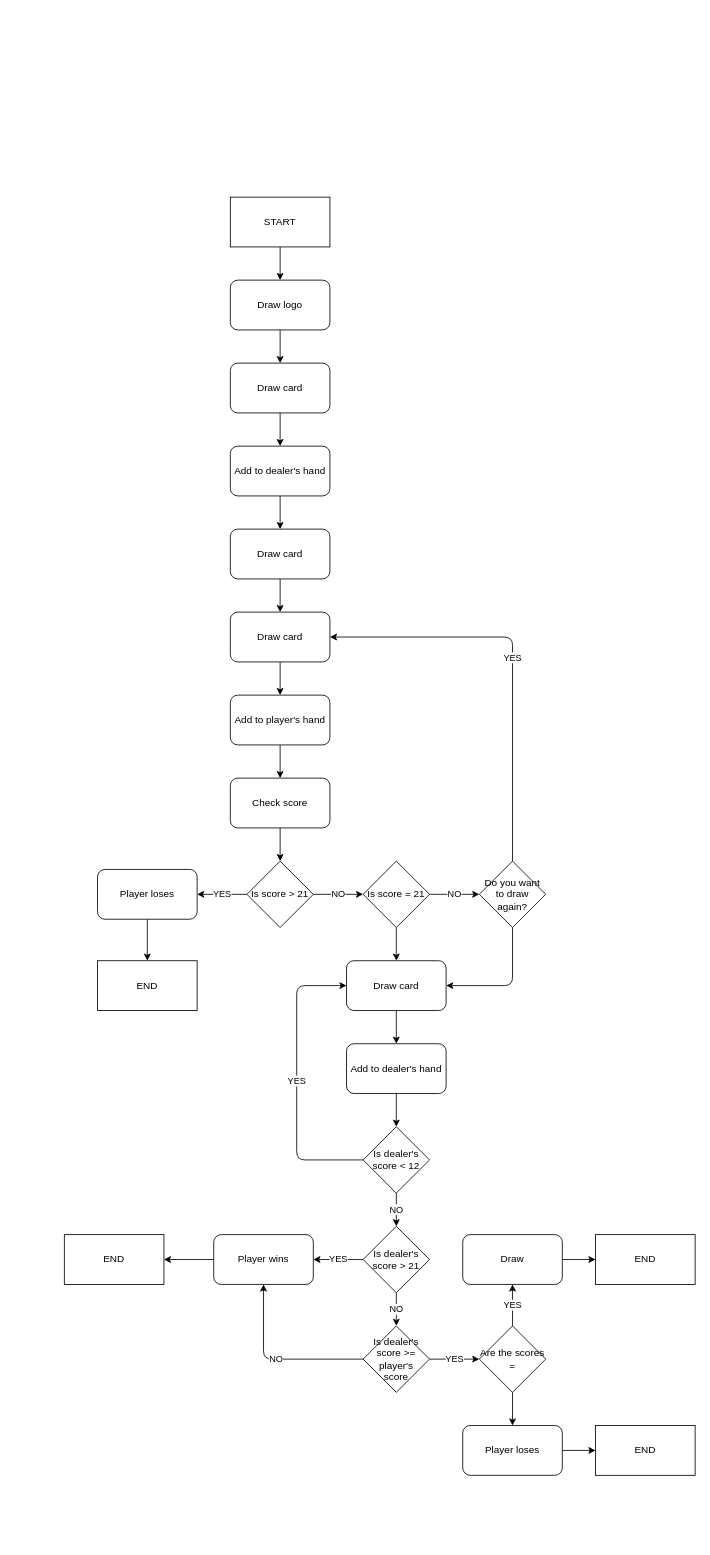
This is Beginner/Day_011_Blackjack_flowchart.drawio from Cryo98/CRS006_UdemyPythonBootcamp2023, a draw.io file, before an edit. Source tidied: cells renumbered, new cells numbered last; positions are measured from the earlier drawing's top-left corner, leaving out a move shared by most shapes. Both pictures are drawn from the tidied source at 83%, with x=0, y=0 at pixel (64, 197).
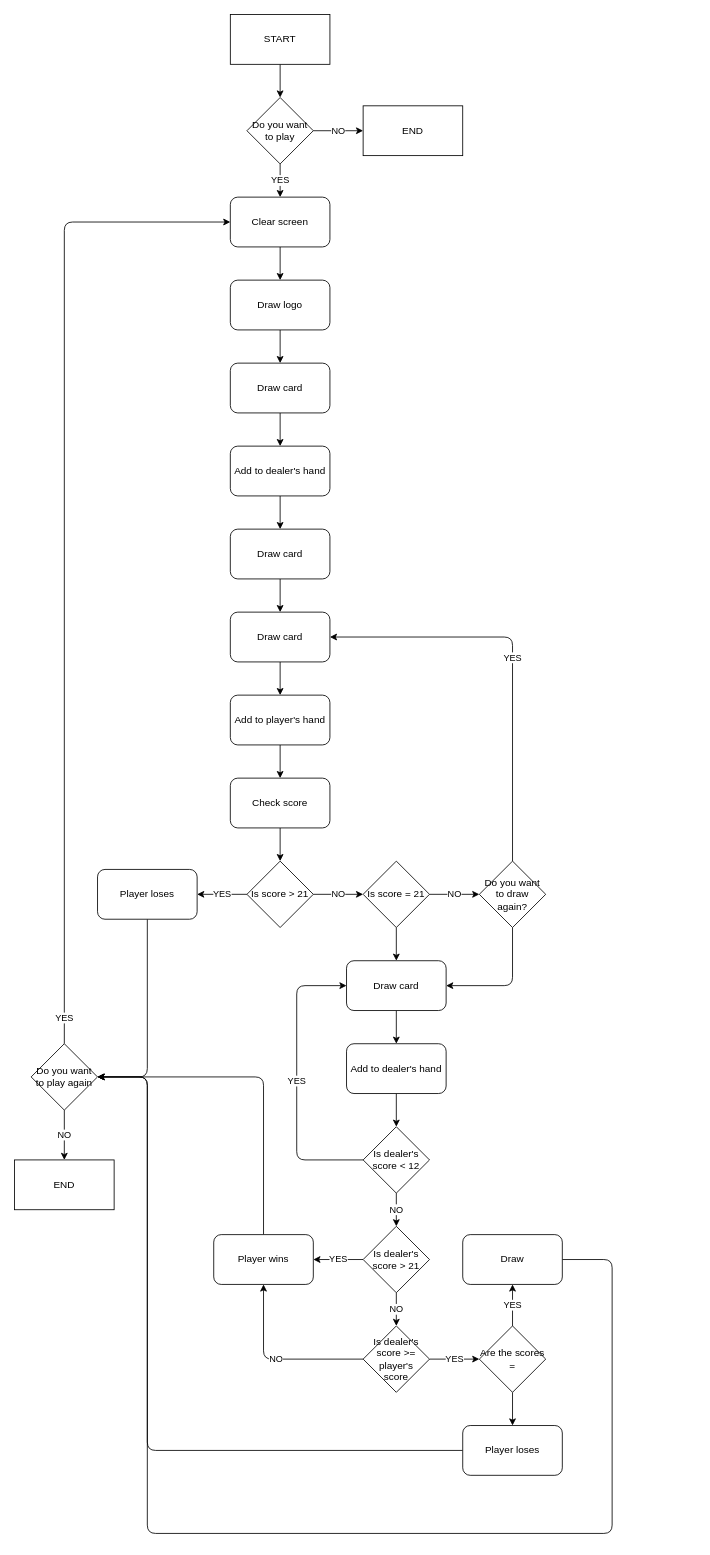
The same page after the edit.

Commit message:
Updated flowchart with outer loop

Unchanged cells that the change refers to:
```xml
<mxCell id="5" value="Draw logo" style="rounded=1;whiteSpace=wrap;html=1;" parent="1" vertex="1">
  <mxGeometry x="200" y="100" width="120" height="60" as="geometry" />
</mxCell>
<mxCell id="28" value="Player loses" style="rounded=1;whiteSpace=wrap;html=1;" parent="1" vertex="1">
  <mxGeometry x="40" y="810" width="120" height="60" as="geometry" />
</mxCell>
<mxCell id="40" value="Player wins" style="rounded=1;whiteSpace=wrap;html=1;" parent="1" vertex="1">
  <mxGeometry x="180" y="1250" width="120" height="60" as="geometry" />
</mxCell>
<mxCell id="48" value="Draw" style="rounded=1;whiteSpace=wrap;html=1;" parent="1" vertex="1">
  <mxGeometry x="480" y="1250" width="120" height="60" as="geometry" />
</mxCell>
<mxCell id="50" value="Player loses" style="rounded=1;whiteSpace=wrap;html=1;" parent="1" vertex="1">
  <mxGeometry x="480" y="1480" width="120" height="60" as="geometry" />
</mxCell>
```

Change to the diagram source:
```diff
@@
-    <mxCell id="2" style="edgeStyle=none;html=1;" parent="1" edge="1" source="3" target="5">
-      <mxGeometry relative="1" as="geometry" />
-    </mxCell>
+    <mxCell id="55" style="edgeStyle=none;html=1;" parent="1" edge="1" source="3" target="62">
+      <mxGeometry relative="1" as="geometry" />
+    </mxCell>
     <mxCell id="3" value="START" style="rounded=0;whiteSpace=wrap;html=1;" parent="1" vertex="1">
-      <mxGeometry x="200" width="120" height="60" as="geometry" />
+      <mxGeometry x="200" y="-220" width="120" height="60" as="geometry" />
     </mxCell>
@@
-    <mxCell id="27" style="edgeStyle=none;html=1;" parent="1" edge="1" source="28" target="54">
-      <mxGeometry relative="1" as="geometry" />
+    <mxCell id="27" style="edgeStyle=none;html=1;entryX=1;entryY=0.5;entryDx=0;entryDy=0;" parent="1" edge="1" source="28" target="59">
+      <mxGeometry relative="1" as="geometry">
+        <Array as="points">
+          <mxPoint x="100" y="1060" />
+        </Array>
+      </mxGeometry>
     </mxCell>
@@
-    <mxCell id="39" style="edgeStyle=none;html=1;" parent="1" edge="1" source="40" target="53">
-      <mxGeometry relative="1" as="geometry" />
+    <mxCell id="39" style="edgeStyle=none;html=1;entryX=1;entryY=0.5;entryDx=0;entryDy=0;" parent="1" edge="1" source="40" target="59">
+      <mxGeometry relative="1" as="geometry">
+        <Array as="points">
+          <mxPoint x="240" y="1060" />
+        </Array>
+      </mxGeometry>
     </mxCell>
@@
-    <mxCell id="47" style="edgeStyle=none;html=1;" parent="1" edge="1" source="48" target="51">
-      <mxGeometry relative="1" as="geometry" />
+    <mxCell id="47" style="edgeStyle=none;html=1;entryX=1;entryY=0.5;entryDx=0;entryDy=0;" parent="1" edge="1" source="48" target="59">
+      <mxGeometry relative="1" as="geometry">
+        <Array as="points">
+          <mxPoint x="660" y="1280" />
+          <mxPoint x="660" y="1610" />
+          <mxPoint x="100" y="1610" />
+          <mxPoint x="100" y="1060" />
+        </Array>
+      </mxGeometry>
     </mxCell>
@@
-    <mxCell id="49" style="edgeStyle=none;html=1;" parent="1" edge="1" source="50" target="52">
-      <mxGeometry relative="1" as="geometry" />
-    </mxCell>
+    <mxCell id="56" style="edgeStyle=none;html=1;entryX=1;entryY=0.5;entryDx=0;entryDy=0;" parent="1" edge="1" source="50" target="59">
+      <mxGeometry relative="1" as="geometry">
+        <Array as="points">
+          <mxPoint x="100" y="1510" />
+          <mxPoint x="100" y="1060" />
+        </Array>
+      </mxGeometry>
+    </mxCell>
@@
-    <mxCell id="51" value="END" style="rounded=0;whiteSpace=wrap;html=1;" parent="1" vertex="1">
-      <mxGeometry x="640" y="1250" width="120" height="60" as="geometry" />
-    </mxCell>
-    <mxCell id="52" value="END" style="rounded=0;whiteSpace=wrap;html=1;" parent="1" vertex="1">
-      <mxGeometry x="640" y="1480" width="120" height="60" as="geometry" />
-    </mxCell>
-    <mxCell id="53" value="END" style="rounded=0;whiteSpace=wrap;html=1;" parent="1" vertex="1">
-      <mxGeometry y="1250" width="120" height="60" as="geometry" />
-    </mxCell>
-    <mxCell id="54" value="END" style="rounded=0;whiteSpace=wrap;html=1;" parent="1" vertex="1">
-      <mxGeometry x="40" y="920" width="120" height="60" as="geometry" />
-    </mxCell>
+    <mxCell id="57" value="YES" style="edgeStyle=none;html=1;entryX=0;entryY=0.5;entryDx=0;entryDy=0;" parent="1" edge="1" source="59" target="64">
+      <mxGeometry x="-0.95" relative="1" as="geometry">
+        <Array as="points">
+          <mxPoint y="30" />
+        </Array>
+        <mxPoint y="-1" as="offset" />
+      </mxGeometry>
+    </mxCell>
+    <mxCell id="58" value="NO" style="edgeStyle=none;html=1;" parent="1" edge="1" source="59" target="66">
+      <mxGeometry relative="1" as="geometry" />
+    </mxCell>
+    <mxCell id="59" value="Do you want to play again" style="rhombus;whiteSpace=wrap;html=1;" parent="1" vertex="1">
+      <mxGeometry x="-40" y="1020" width="80" height="80" as="geometry" />
+    </mxCell>
+    <mxCell id="60" value="YES" style="edgeStyle=none;html=1;" parent="1" edge="1" source="62" target="64">
+      <mxGeometry relative="1" as="geometry" />
+    </mxCell>
+    <mxCell id="61" value="NO" style="edgeStyle=none;html=1;" parent="1" edge="1" source="62" target="65">
+      <mxGeometry relative="1" as="geometry" />
+    </mxCell>
+    <mxCell id="62" value="Do you want to play" style="rhombus;whiteSpace=wrap;html=1;" parent="1" vertex="1">
+      <mxGeometry x="220" y="-120" width="80" height="80" as="geometry" />
+    </mxCell>
+    <mxCell id="63" style="edgeStyle=none;html=1;" parent="1" edge="1" source="64" target="5">
+      <mxGeometry relative="1" as="geometry" />
+    </mxCell>
+    <mxCell id="64" value="Clear screen" style="rounded=1;whiteSpace=wrap;html=1;" parent="1" vertex="1">
+      <mxGeometry x="200" width="120" height="60" as="geometry" />
+    </mxCell>
+    <mxCell id="65" value="END" style="rounded=0;whiteSpace=wrap;html=1;" parent="1" vertex="1">
+      <mxGeometry x="360" y="-110" width="120" height="60" as="geometry" />
+    </mxCell>
+    <mxCell id="66" value="END" style="rounded=0;whiteSpace=wrap;html=1;" parent="1" vertex="1">
+      <mxGeometry x="-60" y="1160" width="120" height="60" as="geometry" />
+    </mxCell>
```
